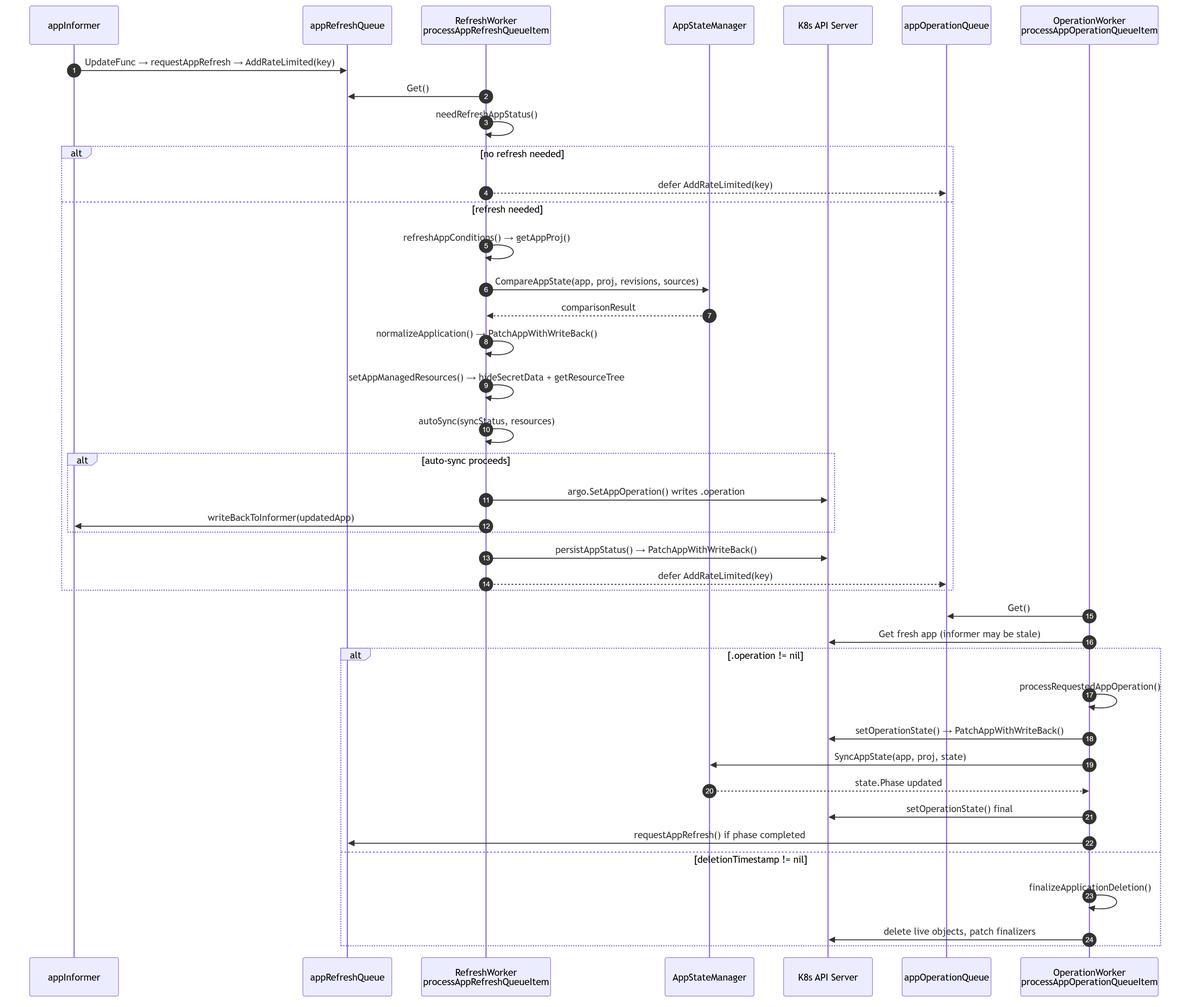
Above: app_controller_uml/png/06-sequence-reconcile.png in adityaraj178/argo-cd (Mermaid), before the change. Its source is kept beside it as app_controller_uml/mmd/06-sequence-reconcile.mmd. The source it was exported from:
```mermaid
sequenceDiagram
    autonumber
    participant INF as appInformer
    participant RQ as appRefreshQueue
    participant RW as RefreshWorker<br/>processAppRefreshQueueItem
    participant ASM as AppStateManager
    participant API as K8s API Server
    participant OQ as appOperationQueue
    participant OW as OperationWorker<br/>processAppOperationQueueItem

    INF->>RQ: UpdateFunc → requestAppRefresh → AddRateLimited(key)
    RW->>RQ: Get()
    RW->>RW: needRefreshAppStatus()
    alt no refresh needed
        RW-->>OQ: defer AddRateLimited(key)
    else refresh needed
        RW->>RW: refreshAppConditions() → getAppProj()
        RW->>ASM: CompareAppState(app, proj, revisions, sources)
        ASM-->>RW: comparisonResult
        RW->>RW: normalizeApplication() → PatchAppWithWriteBack()
        RW->>RW: setAppManagedResources() → hideSecretData + getResourceTree
        RW->>RW: autoSync(syncStatus, resources)
        alt auto-sync proceeds
            RW->>API: argo.SetAppOperation() writes .operation
            RW->>INF: writeBackToInformer(updatedApp)
        end
        RW->>API: persistAppStatus() → PatchAppWithWriteBack()
        RW-->>OQ: defer AddRateLimited(key)
    end

    OW->>OQ: Get()
    OW->>API: Get fresh app (informer may be stale)
    alt .operation != nil
        OW->>OW: processRequestedAppOperation()
        OW->>API: setOperationState() → PatchAppWithWriteBack()
        OW->>ASM: SyncAppState(app, proj, state)
        ASM-->>OW: state.Phase updated
        OW->>API: setOperationState() final
        OW->>RQ: requestAppRefresh() if phase completed
    else deletionTimestamp != nil
        OW->>OW: finalizeApplicationDeletion()
        OW->>API: delete live objects, patch finalizers
    end
```
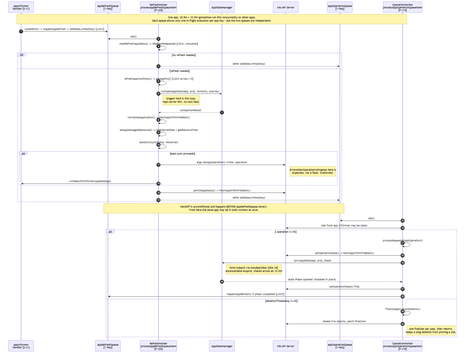
After the commit.

The edit, as a diff of the source:
```diff
@@ -1,43 +1,51 @@
 sequenceDiagram
     autonumber
-    participant INF as appInformer
-    participant RQ as appRefreshQueue
-    participant RW as RefreshWorker<br/>processAppRefreshQueueItem
+    participant INF as appInformer<br/>handler [S x1]
+    participant RQ as appRefreshQueue<br/>[1/key]
+    participant RW as RefreshWorker<br/>processAppRefreshQueueItem<br/>[P x20]
     participant ASM as AppStateManager
     participant API as K8s API Server
-    participant OQ as appOperationQueue
-    participant OW as OperationWorker<br/>processAppOperationQueueItem
+    participant OQ as appOperationQueue<br/>[1/key]
+    participant OW as OperationWorker<br/>processAppOperationQueueItem<br/>[P x10]
 
-    INF->>RQ: UpdateFunc → requestAppRefresh → AddRateLimited(key)
+    Note over INF,OW: One app. 20 RW + 10 OW goroutines run this concurrently on other apps.<br/>Each queue allows only one in-flight execution per app key - but the two queues are independent.
+
+    INF->>RQ: UpdateFunc -> requestAppRefresh -> AddRateLimited(key) [LOCK]
     RW->>RQ: Get()
-    RW->>RW: needRefreshAppStatus()
+    RW->>RW: needRefreshAppStatus() -> isRefreshRequested [LOCK, consumes]
     alt no refresh needed
         RW-->>OQ: defer AddRateLimited(key)
     else refresh needed
-        RW->>RW: refreshAppConditions() → getAppProj()
+        RW->>RW: refreshAppConditions() -> getAppProj() [LOCK across I/O]
         RW->>ASM: CompareAppState(app, proj, revisions, sources)
+        Note right of RW: longest hold in this loop.<br/>repo-server RPC. no lock held.
         ASM-->>RW: comparisonResult
-        RW->>RW: normalizeApplication() → PatchAppWithWriteBack()
-        RW->>RW: setAppManagedResources() → hideSecretData + getResourceTree
+        RW->>RW: normalizeApplication() -> PatchAppWithWriteBack()
+        RW->>RW: setAppManagedResources() -> hideSecretData + getResourceTree
         RW->>RW: autoSync(syncStatus, resources)
         alt auto-sync proceeds
             RW->>API: argo.SetAppOperation() writes .operation
+            Note right of API: ErrAnotherOperationInProgress here is<br/>expected, not a fault. Swallowed.
             RW->>INF: writeBackToInformer(updatedApp)
         end
-        RW->>API: persistAppStatus() → PatchAppWithWriteBack()
+        RW->>API: persistAppStatus() -> PatchAppWithWriteBack()
         RW-->>OQ: defer AddRateLimited(key)
     end
+
+    Note over RQ,OQ: Handoff is unconditional and happens BEFORE appRefreshQueue.Done().<br/>From here the same app may be in both workers at once.
 
     OW->>OQ: Get()
     OW->>API: Get fresh app (informer may be stale)
     alt .operation != nil
         OW->>OW: processRequestedAppOperation()
-        OW->>API: setOperationState() → PatchAppWithWriteBack()
+        OW->>API: setOperationState() -> PatchAppWithWriteBack()
         OW->>ASM: SyncAppState(app, proj, state)
-        ASM-->>OW: state.Phase updated
+        Note right of ASM: forks kubectl via onKubectlRun [SEM 20]<br/>uncancellable Acquire, shared across all 10 OW
+        ASM-->>OW: state.Phase updated (mutated in place)
         OW->>API: setOperationState() final
-        OW->>RQ: requestAppRefresh() if phase completed
+        OW->>RQ: requestAppRefresh() if phase completed [LOCK]
     else deletionTimestamp != nil
         OW->>OW: finalizeApplicationDeletion()
         OW->>API: delete live objects, patch finalizers
+        Note right of OW: one finalizer per pass, then returns.<br/>keeps a long deletion from pinning a slot.
     end
```
